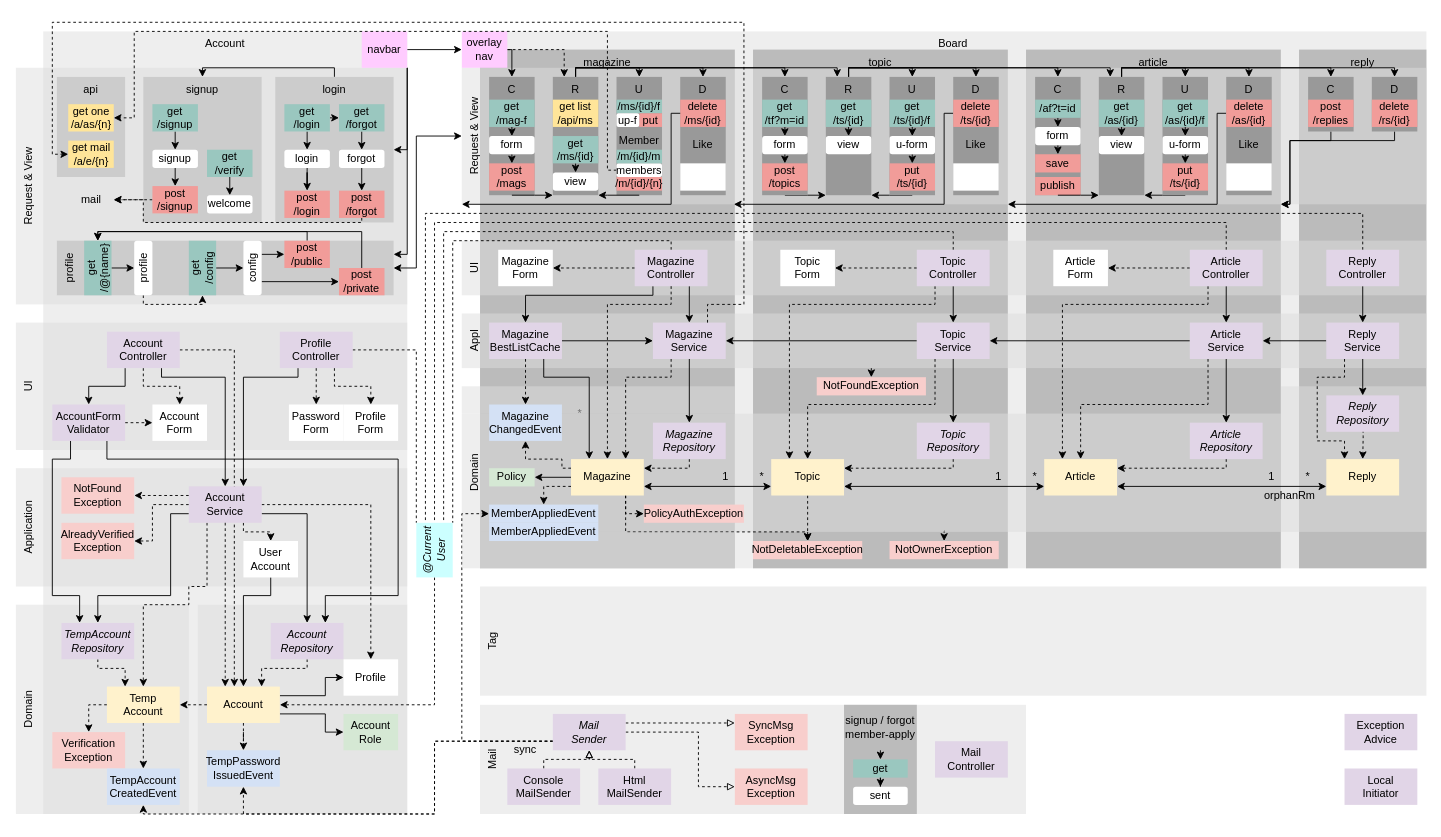
Above: diagram.drawio in suloginscene/dinner (draw.io), before the change. Source tidied: cells renumbered, new cells numbered last; positions are measured from the earlier drawing's top-left corner, leaving out a move shared by most shapes. Both pictures are drawn from the tidied source at 91%, with x=0, y=0 at pixel (15, 22).
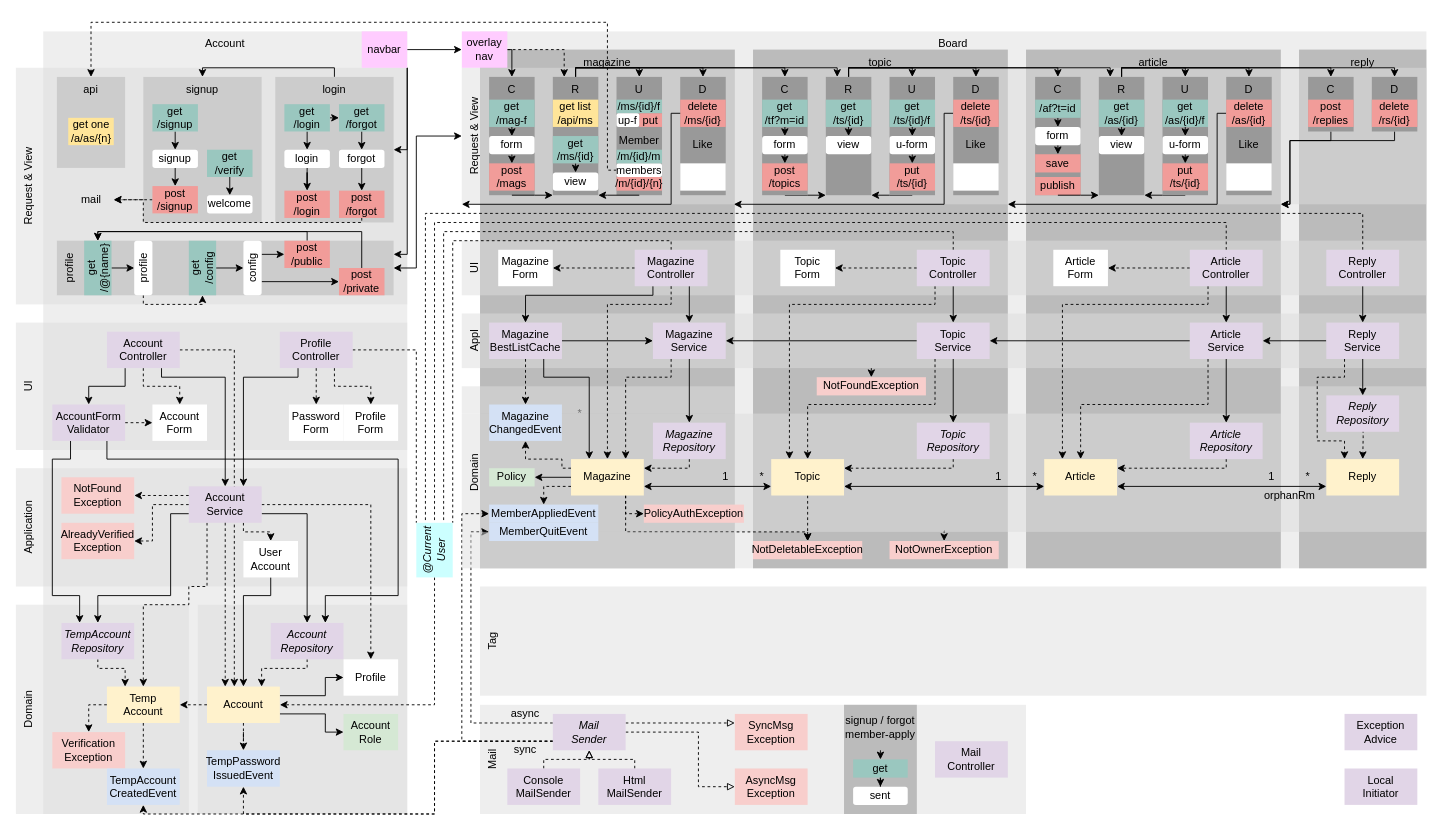
The same page after the edit.

Commit message (it also covers changes not shown here):
[#4] feat: Send mail to manager on quit async

Unchanged cells that the change refers to:
```xml
<mxCell id="113" value="Magazine&lt;br&gt;Service" style="rounded=0;whiteSpace=wrap;html=1;strokeColor=none;fillColor=#E1D5E7;" parent="1" vertex="1">
  <mxGeometry x="700" y="330" width="80" height="40" as="geometry" />
</mxCell>
<mxCell id="286" value="&lt;span&gt;Mail&lt;br&gt;&lt;/span&gt;Sender" style="rounded=0;whiteSpace=wrap;html=1;strokeColor=none;fillColor=#E1D5E7;fontStyle=2;" parent="1" vertex="1">
  <mxGeometry x="590" y="760" width="80" height="40" as="geometry" />
</mxCell>
<mxCell id="302" value="members" style="rounded=1;whiteSpace=wrap;html=1;strokeColor=none;" parent="1" vertex="1">
  <mxGeometry x="660" y="155" width="50" height="15" as="geometry" />
</mxCell>
```

Change to the diagram source:
```diff
@@
+    <mxCell id="319" style="edgeStyle=orthogonalEdgeStyle;rounded=0;jettySize=auto;html=1;exitX=0;exitY=0.25;exitDx=0;exitDy=0;entryX=0;entryY=0.5;entryDx=0;entryDy=0;dashed=1;" parent="1" edge="1" source="286" target="318">
+      <mxGeometry relative="1" as="geometry" />
+    </mxCell>
@@
     <mxCell id="295" value="api" style="rounded=0;whiteSpace=wrap;html=1;verticalAlign=top;fillColor=#CCCCCC;strokeColor=none;" parent="1" vertex="1">
-      <mxGeometry x="45" y="60" width="75" height="110" as="geometry" />
+      <mxGeometry x="45" y="60" width="75" height="100" as="geometry" />
     </mxCell>
-    <mxCell id="296" style="edgeStyle=orthogonalEdgeStyle;rounded=0;jettySize=auto;html=1;exitX=0;exitY=0.5;exitDx=0;exitDy=0;entryX=1;entryY=0.5;entryDx=0;entryDy=0;dashed=1;" parent="1" edge="1" source="302" target="300">
+    <mxCell id="296" style="edgeStyle=orthogonalEdgeStyle;rounded=0;jettySize=auto;html=1;exitX=0;exitY=0.5;exitDx=0;exitDy=0;entryX=0.5;entryY=0;entryDx=0;entryDy=0;dashed=1;" parent="1" edge="1" source="302" target="295">
       <mxGeometry relative="1" as="geometry">
         <Array as="points">
           <mxPoint x="650" y="163" />
-          <mxPoint x="650" y="10" />
-          <mxPoint x="130" y="10" />
-          <mxPoint x="130" y="105" />
+          <mxPoint x="650" />
+          <mxPoint x="83" />
         </Array>
       </mxGeometry>
     </mxCell>
@@
     <mxCell id="300" value="get one&lt;br&gt;/a/as/{n}" style="rounded=0;whiteSpace=wrap;html=1;fontStyle=0;strokeColor=none;fillColor=#FFE599;" parent="1" vertex="1">
-      <mxGeometry x="57.5" y="90" width="50" height="30" as="geometry" />
+      <mxGeometry x="57.5" y="105" width="50" height="30" as="geometry" />
     </mxCell>
@@
-    <mxCell id="306" value="get mail&lt;br&gt;/a/e/{n}" style="rounded=0;whiteSpace=wrap;html=1;fontStyle=0;strokeColor=none;fillColor=#FFE599;" parent="1" vertex="1">
-      <mxGeometry x="57.5" y="130" width="50" height="30" as="geometry" />
-    </mxCell>
-    <mxCell id="307" style="edgeStyle=orthogonalEdgeStyle;rounded=0;jettySize=auto;html=1;exitX=0.75;exitY=0;exitDx=0;exitDy=0;entryX=0;entryY=0.5;entryDx=0;entryDy=0;dashed=1;" parent="1" edge="1" source="113" target="306">
-      <mxGeometry relative="1" as="geometry">
-        <Array as="points">
-          <mxPoint x="760" y="310" />
-          <mxPoint x="800" y="310" />
-          <mxPoint x="800" />
-          <mxPoint x="40" />
-          <mxPoint x="40" y="145" />
-        </Array>
-      </mxGeometry>
-    </mxCell>
@@
-    <mxCell id="318" value="MemberAppliedEvent" style="rounded=0;whiteSpace=wrap;html=1;strokeColor=none;fillColor=#D4E1F5;" parent="1" vertex="1">
+    <mxCell id="318" value="MemberQuitEvent" style="rounded=0;whiteSpace=wrap;html=1;strokeColor=none;fillColor=#D4E1F5;" parent="1" vertex="1">
       <mxGeometry x="520" y="550" width="120" height="20" as="geometry" />
     </mxCell>
+    <mxCell id="320" value="async" style="rounded=1;whiteSpace=wrap;html=1;strokeColor=none;fillColor=none;" parent="1" vertex="1">
+      <mxGeometry x="540" y="750" width="40" height="20" as="geometry" />
+    </mxCell>
```
